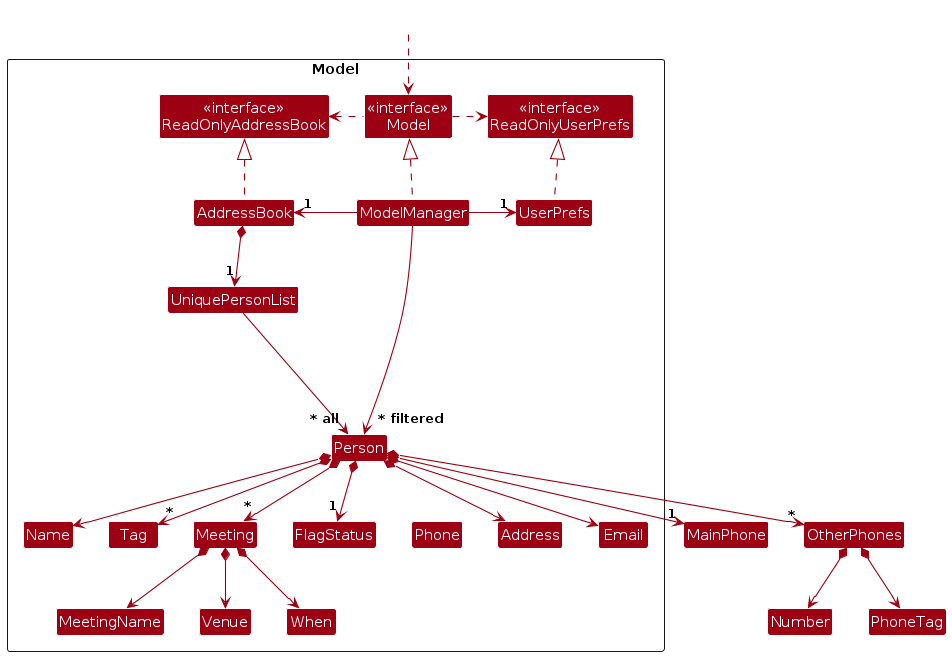
The PlantUML diagram diagrams/ModelClassDiagram.png in AY2526S1-CS2103-F10-1/tp, before a commit. Its source is kept beside it as diagrams/ModelClassDiagram.puml.
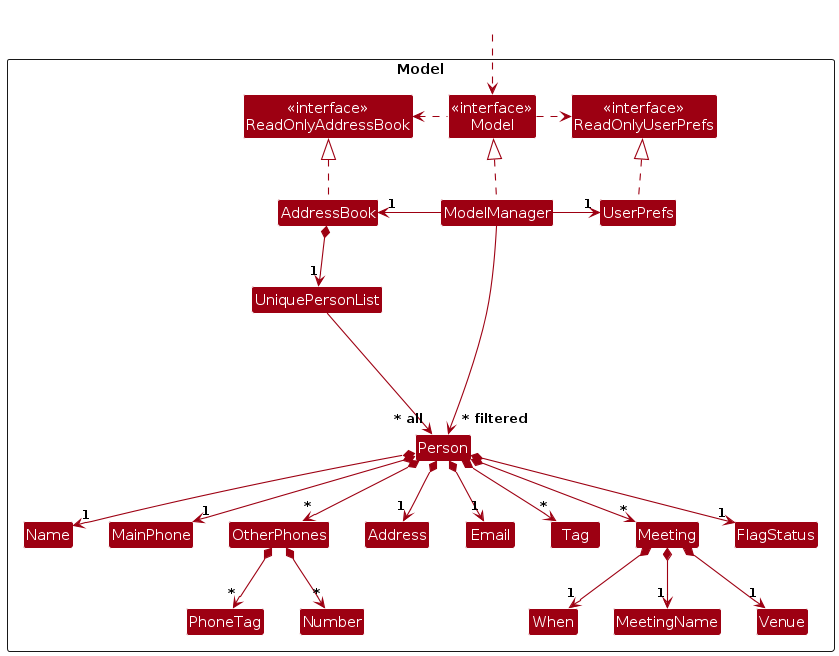
After the commit.

The edit, as a diff of the source:
```diff
@@ -17,7 +17,10 @@
 Class Address
 Class Email
 Class Name
-Class Phone
+Class MainPhone
+Class OtherPhones
+Class Number
+Class PhoneTag
 Class Tag
 Class Meeting
 Class MeetingName
@@ -42,25 +45,25 @@
 
 AddressBook *--> "1" UniquePersonList
 UniquePersonList --> "~* all" Person
-Person *--> Name
+Person *--> "1" Name
 Person *--> "1" MainPhone
 Person *--> "*" OtherPhones
-Person *--> Email
-Person *--> Address
+Person *--> "1" Email
+Person *--> "1" Address
 Person *--> "*" Tag
 Person *--> "*" Meeting
 Person *--> "1" FlagStatus
-Meeting *--> MeetingName
-Meeting *--> Venue
-Meeting *--> When
-OtherPhones *--> Number
-OtherPhones *--> PhoneTag
+Meeting *--> "1" MeetingName
+Meeting *--> "1" Venue
+Meeting *--> "1" When
+OtherPhones *--> "*" Number
+OtherPhones *--> "*" PhoneTag
 
 Person -[hidden]up--> I
 UniquePersonList -[hidden]right-> I
 
-Name -[hidden]right-> Phone
-Phone -[hidden]right-> Address
+Name -[hidden]right-> MainPhone
+OtherPhones -[hidden]right-> Address
 Address -[hidden]right-> Email
 
 ModelManager --> "~* filtered" Person
```
